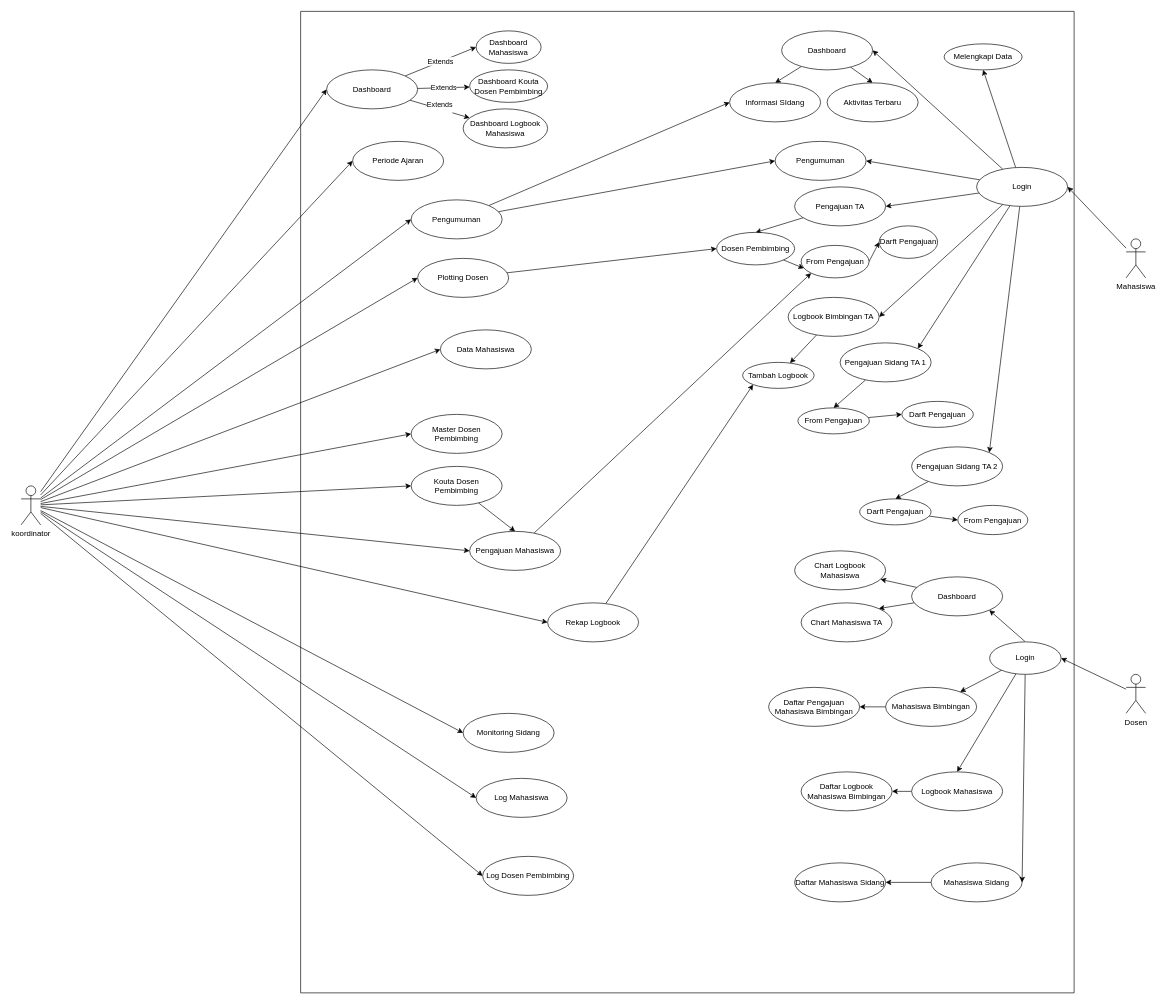
This is koor-bimbingan online.drawio from BagusCPaste/draw.io, a draw.io file, before an edit. Source tidied: cells renumbered, new cells numbered last; positions are measured from the earlier drawing's top-left corner, leaving out a move shared by most shapes. Both pictures are drawn from the tidied source at 65%, with x=0, y=0 at pixel (21, 11).
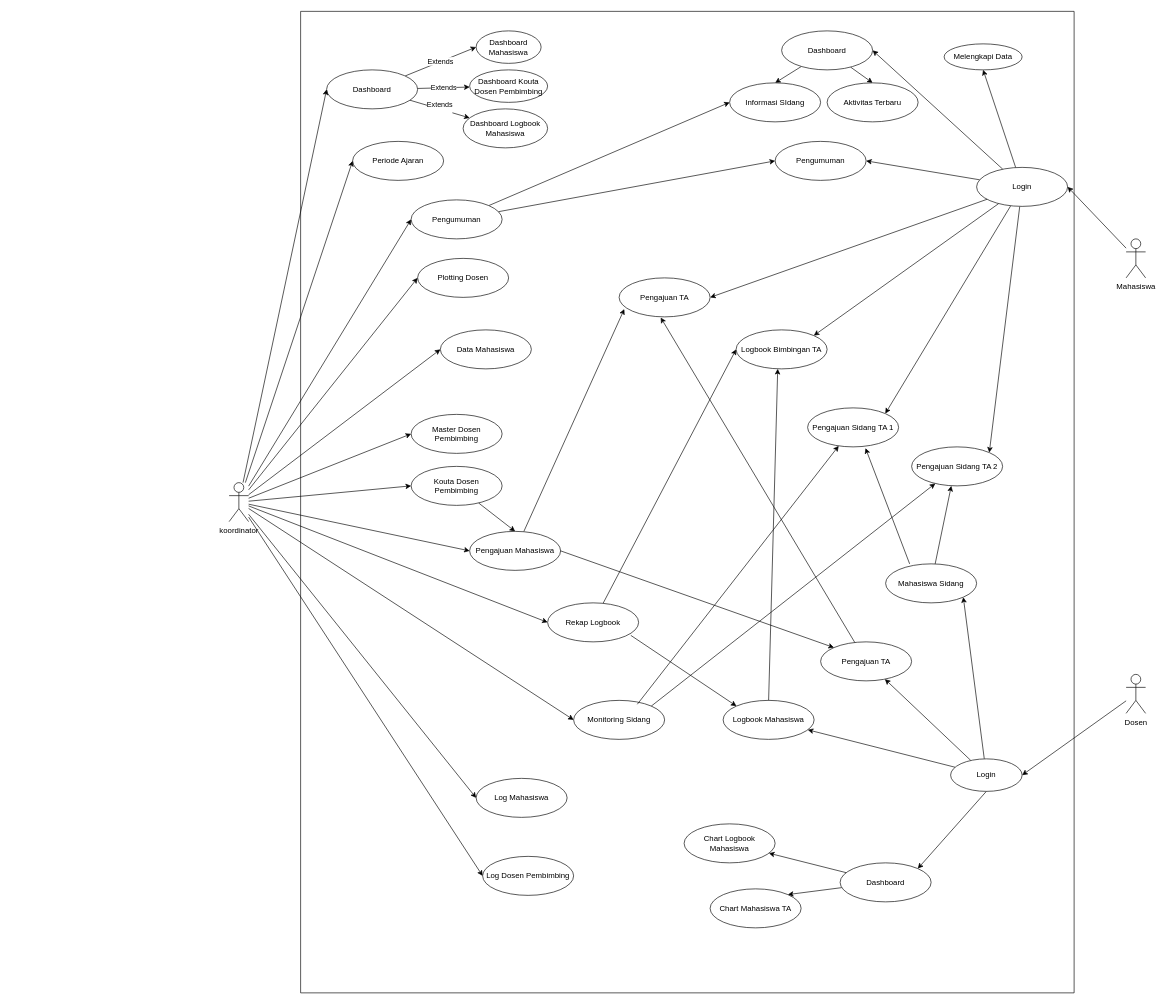
Above is the later version.

Unchanged cells that the change refers to:
```xml
<mxCell id="2" style="swimlane;startSize=0;" parent="1" vertex="1">
  <mxGeometry x="430" width="1190" height="1510" as="geometry" />
</mxCell>
<mxCell id="12" value="Plotting Dosen" style="ellipse;whiteSpace=wrap;html=1;" parent="2" vertex="1">
  <mxGeometry x="180" y="380" width="140" height="60" as="geometry" />
</mxCell>
<mxCell id="18" value="Pengajuan Mahasiswa" style="ellipse;whiteSpace=wrap;html=1;" parent="2" vertex="1">
  <mxGeometry x="260" y="800" width="140" height="60" as="geometry" />
</mxCell>
<mxCell id="20" value="Rekap Logbook" style="ellipse;whiteSpace=wrap;html=1;" parent="2" vertex="1">
  <mxGeometry x="380" y="910" width="140" height="60" as="geometry" />
</mxCell>
<mxCell id="34" value="Login" style="ellipse;whiteSpace=wrap;html=1;" parent="2" vertex="1">
  <mxGeometry x="1040" y="240" width="140" height="60" as="geometry" />
</mxCell>
<mxCell id="49" value="Pengajuan Sidang TA 2" style="ellipse;whiteSpace=wrap;html=1;" parent="2" vertex="1">
  <mxGeometry x="940" y="670" width="140" height="60" as="geometry" />
</mxCell>
```

Change to the diagram source:
```diff
@@
-    <mxCell id="11" style="edgeStyle=none;rounded=0;jettySize=auto;html=1;entryX=0;entryY=0.5;entryDx=0;entryDy=0;" parent="2" edge="1" source="12" target="57">
-      <mxGeometry relative="1" as="geometry" />
-    </mxCell>
@@
-    <mxCell id="17" style="edgeStyle=none;rounded=0;jettySize=auto;html=1;entryX=0;entryY=1;entryDx=0;entryDy=0;" parent="2" edge="1" source="18" target="59">
+    <mxCell id="17" style="edgeStyle=none;rounded=0;jettySize=auto;html=1;entryX=0.057;entryY=0.8;entryDx=0;entryDy=0;entryPerimeter=0;" parent="2" edge="1" source="18" target="42">
       <mxGeometry relative="1" as="geometry" />
     </mxCell>
@@
-    <mxCell id="19" style="edgeStyle=none;rounded=0;jettySize=auto;html=1;entryX=0;entryY=1;entryDx=0;entryDy=0;" parent="2" edge="1" source="20" target="50">
+    <mxCell id="19" style="edgeStyle=none;rounded=0;jettySize=auto;html=1;entryX=0;entryY=0.5;entryDx=0;entryDy=0;" parent="2" edge="1" source="20" target="45">
       <mxGeometry relative="1" as="geometry" />
     </mxCell>
@@
     <mxCell id="21" value="Monitoring Sidang" style="ellipse;whiteSpace=wrap;html=1;" parent="2" vertex="1">
-      <mxGeometry x="250" y="1080" width="140" height="60" as="geometry" />
+      <mxGeometry x="420" y="1060" width="140" height="60" as="geometry" />
     </mxCell>
@@
-    <mxCell id="31" style="edgeStyle=none;rounded=0;jettySize=auto;html=1;entryX=1;entryY=0.5;entryDx=0;entryDy=0;" parent="2" edge="1" source="34" target="45">
+    <mxCell id="31" style="edgeStyle=none;rounded=0;jettySize=auto;html=1;entryX=1;entryY=0;entryDx=0;entryDy=0;" parent="2" edge="1" source="34" target="45">
       <mxGeometry relative="1" as="geometry" />
     </mxCell>
@@
-    <mxCell id="41" style="edgeStyle=none;rounded=0;jettySize=auto;html=1;entryX=0.5;entryY=0;entryDx=0;entryDy=0;" parent="2" edge="1" source="42" target="57">
-      <mxGeometry relative="1" as="geometry" />
-    </mxCell>
     <mxCell id="42" value="Pengajuan TA" style="ellipse;whiteSpace=wrap;html=1;" parent="2" vertex="1">
-      <mxGeometry x="760" y="270" width="140" height="60" as="geometry" />
+      <mxGeometry x="490" y="410" width="140" height="60" as="geometry" />
     </mxCell>
@@
-    <mxCell id="44" style="edgeStyle=none;rounded=0;jettySize=auto;html=1;" parent="2" edge="1" source="45" target="50">
-      <mxGeometry relative="1" as="geometry" />
-    </mxCell>
     <mxCell id="45" value="Logbook Bimbingan TA" style="ellipse;whiteSpace=wrap;html=1;" parent="2" vertex="1">
-      <mxGeometry x="750" y="440" width="140" height="60" as="geometry" />
+      <mxGeometry x="670" y="490" width="140" height="60" as="geometry" />
     </mxCell>
-    <mxCell id="46" style="edgeStyle=none;rounded=0;jettySize=auto;html=1;entryX=0.5;entryY=0;entryDx=0;entryDy=0;" parent="2" edge="1" source="47" target="52">
-      <mxGeometry relative="1" as="geometry" />
-    </mxCell>
     <mxCell id="47" value="Pengajuan Sidang TA 1" style="ellipse;whiteSpace=wrap;html=1;" parent="2" vertex="1">
-      <mxGeometry x="830" y="510" width="140" height="60" as="geometry" />
+      <mxGeometry x="780" y="610" width="140" height="60" as="geometry" />
     </mxCell>
-    <mxCell id="48" style="edgeStyle=none;rounded=0;jettySize=auto;html=1;entryX=0.5;entryY=0;entryDx=0;entryDy=0;" parent="2" edge="1" source="49" target="55">
-      <mxGeometry relative="1" as="geometry" />
-    </mxCell>
@@
-    <mxCell id="50" value="Tambah Logbook" style="ellipse;whiteSpace=wrap;html=1;" parent="2" vertex="1">
-      <mxGeometry x="680" y="540" width="110" height="40" as="geometry" />
-    </mxCell>
-    <mxCell id="51" style="edgeStyle=none;rounded=0;jettySize=auto;html=1;entryX=0;entryY=0.5;entryDx=0;entryDy=0;" parent="2" edge="1" source="52" target="56">
-      <mxGeometry relative="1" as="geometry" />
-    </mxCell>
-    <mxCell id="52" value="From Pengajuan" style="ellipse;whiteSpace=wrap;html=1;" parent="2" vertex="1">
-      <mxGeometry x="765" y="610" width="110" height="40" as="geometry" />
-    </mxCell>
-    <mxCell id="53" value="From Pengajuan" style="ellipse;whiteSpace=wrap;html=1;" parent="2" vertex="1">
-      <mxGeometry x="1011" y="760" width="107.8" height="45" as="geometry" />
-    </mxCell>
-    <mxCell id="54" style="edgeStyle=none;rounded=0;jettySize=auto;html=1;entryX=0;entryY=0.5;entryDx=0;entryDy=0;" parent="2" edge="1" source="55" target="53">
-      <mxGeometry relative="1" as="geometry" />
-    </mxCell>
-    <mxCell id="55" value="Darft Pengajuan" style="ellipse;whiteSpace=wrap;html=1;" parent="2" vertex="1">
-      <mxGeometry x="860" y="750" width="110" height="40" as="geometry" />
-    </mxCell>
-    <mxCell id="56" value="Darft Pengajuan" style="ellipse;whiteSpace=wrap;html=1;" parent="2" vertex="1">
-      <mxGeometry x="925" y="600" width="110" height="40" as="geometry" />
-    </mxCell>
-    <mxCell id="57" value="Dosen Pembimbing" style="ellipse;whiteSpace=wrap;html=1;" parent="2" vertex="1">
-      <mxGeometry x="640" y="340" width="120" height="50" as="geometry" />
-    </mxCell>
-    <mxCell id="58" style="edgeStyle=none;rounded=0;jettySize=auto;html=1;exitX=1;exitY=0.5;exitDx=0;exitDy=0;entryX=0;entryY=0.5;entryDx=0;entryDy=0;" parent="2" edge="1" source="59" target="60">
-      <mxGeometry relative="1" as="geometry" />
-    </mxCell>
-    <mxCell id="59" value="From Pengajuan" style="ellipse;whiteSpace=wrap;html=1;" parent="2" vertex="1">
-      <mxGeometry x="770" y="360" width="104.5" height="50" as="geometry" />
-    </mxCell>
-    <mxCell id="60" value="Darft Pengajuan" style="ellipse;whiteSpace=wrap;html=1;" parent="2" vertex="1">
-      <mxGeometry x="890" y="330" width="90" height="50" as="geometry" />
-    </mxCell>
-    <mxCell id="61" style="edgeStyle=none;rounded=0;jettySize=auto;html=1;entryX=0.04;entryY=0.706;entryDx=0;entryDy=0;entryPerimeter=0;" parent="2" edge="1" source="57" target="59">
-      <mxGeometry relative="1" as="geometry" />
-    </mxCell>
-    <mxCell id="62" style="edgeStyle=none;rounded=0;jettySize=auto;html=1;entryX=1;entryY=0.5;entryDx=0;entryDy=0;" parent="2" edge="1" source="63" target="77">
-      <mxGeometry relative="1" as="geometry" />
-    </mxCell>
-    <mxCell id="63" value="Mahasiswa Bimbingan" style="ellipse;whiteSpace=wrap;html=1;" parent="2" vertex="1">
-      <mxGeometry x="900" y="1040" width="140" height="60" as="geometry" />
+    <mxCell id="63" value="Pengajuan TA" style="ellipse;whiteSpace=wrap;html=1;" parent="2" vertex="1">
+      <mxGeometry x="800" y="970" width="140" height="60" as="geometry" />
     </mxCell>
-    <mxCell id="64" value="Daftar Logbook Mahasiswa Bimbingan" style="ellipse;whiteSpace=wrap;html=1;" parent="2" vertex="1">
-      <mxGeometry x="770" y="1170" width="140" height="60" as="geometry" />
-    </mxCell>
-    <mxCell id="65" style="edgeStyle=none;rounded=0;jettySize=auto;html=1;entryX=1;entryY=0.5;entryDx=0;entryDy=0;" parent="2" edge="1" source="66" target="80">
-      <mxGeometry relative="1" as="geometry" />
-    </mxCell>
     <mxCell id="66" value="Mahasiswa Sidang" style="ellipse;whiteSpace=wrap;html=1;" parent="2" vertex="1">
-      <mxGeometry x="970" y="1310" width="140" height="60" as="geometry" />
+      <mxGeometry x="900" y="850" width="140" height="60" as="geometry" />
     </mxCell>
@@
     <mxCell id="69" value="Dashboard" style="ellipse;whiteSpace=wrap;html=1;" parent="2" vertex="1">
-      <mxGeometry x="940" y="870" width="140" height="60" as="geometry" />
+      <mxGeometry x="830" y="1310" width="140" height="60" as="geometry" />
     </mxCell>
-    <mxCell id="70" style="edgeStyle=none;rounded=0;jettySize=auto;html=1;exitX=0.5;exitY=0;exitDx=0;exitDy=0;entryX=1;entryY=1;entryDx=0;entryDy=0;" parent="2" edge="1" source="74" target="69">
+    <mxCell id="70" style="edgeStyle=none;rounded=0;jettySize=auto;html=1;exitX=0.5;exitY=1;exitDx=0;exitDy=0;entryX=1;entryY=0;entryDx=0;entryDy=0;" parent="2" edge="1" source="74" target="69">
       <mxGeometry relative="1" as="geometry" />
     </mxCell>
@@
-    <mxCell id="72" style="edgeStyle=none;rounded=0;jettySize=auto;html=1;entryX=0.5;entryY=0;entryDx=0;entryDy=0;" parent="2" edge="1" source="74" target="79">
+    <mxCell id="72" style="edgeStyle=none;rounded=0;jettySize=auto;html=1;" parent="2" edge="1" source="74" target="79">
       <mxGeometry relative="1" as="geometry" />
     </mxCell>
-    <mxCell id="73" style="edgeStyle=none;rounded=0;jettySize=auto;html=1;entryX=1;entryY=0.5;entryDx=0;entryDy=0;" parent="2" edge="1" source="74" target="66">
+    <mxCell id="73" style="edgeStyle=none;rounded=0;jettySize=auto;html=1;entryX=1;entryY=1;entryDx=0;entryDy=0;" parent="2" edge="1" source="74" target="66">
       <mxGeometry relative="1" as="geometry" />
     </mxCell>
     <mxCell id="74" value="Login" style="ellipse;whiteSpace=wrap;html=1;" parent="2" vertex="1">
-      <mxGeometry x="1060" y="970" width="110" height="50" as="geometry" />
+      <mxGeometry x="1000" y="1150" width="110" height="50" as="geometry" />
     </mxCell>
     <mxCell id="75" value="Chart Logbook Mahasiswa" style="ellipse;whiteSpace=wrap;html=1;" parent="2" vertex="1">
-      <mxGeometry x="760" y="830" width="140" height="60" as="geometry" />
+      <mxGeometry x="590" y="1250" width="140" height="60" as="geometry" />
     </mxCell>
     <mxCell id="76" value="Chart Mahasiswa TA" style="ellipse;whiteSpace=wrap;html=1;" parent="2" vertex="1">
-      <mxGeometry x="770" y="910" width="140" height="60" as="geometry" />
+      <mxGeometry x="630" y="1350" width="140" height="60" as="geometry" />
     </mxCell>
-    <mxCell id="77" value="Daftar Pengajuan Mahasiswa Bimbingan" style="ellipse;whiteSpace=wrap;html=1;" parent="2" vertex="1">
-      <mxGeometry x="720" y="1040" width="140" height="60" as="geometry" />
-    </mxCell>
-    <mxCell id="78" style="edgeStyle=none;rounded=0;jettySize=auto;html=1;entryX=1;entryY=0.5;entryDx=0;entryDy=0;" parent="2" edge="1" source="79" target="64">
-      <mxGeometry relative="1" as="geometry" />
-    </mxCell>
     <mxCell id="79" value="Logbook Mahasiswa" style="ellipse;whiteSpace=wrap;html=1;" parent="2" vertex="1">
-      <mxGeometry x="940" y="1170" width="140" height="60" as="geometry" />
+      <mxGeometry x="650" y="1060" width="140" height="60" as="geometry" />
     </mxCell>
-    <mxCell id="80" value="Daftar Mahasiswa Sidang" style="ellipse;whiteSpace=wrap;html=1;" parent="2" vertex="1">
-      <mxGeometry x="760" y="1310" width="140" height="60" as="geometry" />
-    </mxCell>
+    <mxCell id="98" style="edgeStyle=none;rounded=0;jettySize=auto;html=1;entryX=0.436;entryY=1;entryDx=0;entryDy=0;entryPerimeter=0;" parent="2" edge="1" source="66" target="49">
+      <mxGeometry relative="1" as="geometry" />
+    </mxCell>
+    <mxCell id="99" style="edgeStyle=none;rounded=0;jettySize=auto;html=1;entryX=0.636;entryY=1.033;entryDx=0;entryDy=0;entryPerimeter=0;exitX=0.264;exitY=0;exitDx=0;exitDy=0;exitPerimeter=0;" parent="2" edge="1" source="66" target="47">
+      <mxGeometry relative="1" as="geometry" />
+    </mxCell>
+    <mxCell id="100" style="edgeStyle=none;rounded=0;jettySize=auto;html=1;entryX=0;entryY=0;entryDx=0;entryDy=0;exitX=1;exitY=0.5;exitDx=0;exitDy=0;" parent="2" edge="1" source="18" target="63">
+      <mxGeometry relative="1" as="geometry" />
+    </mxCell>
+    <mxCell id="101" style="edgeStyle=none;rounded=0;jettySize=auto;html=1;entryX=0;entryY=0;entryDx=0;entryDy=0;exitX=0.914;exitY=0.833;exitDx=0;exitDy=0;exitPerimeter=0;" parent="2" edge="1" source="20" target="79">
+      <mxGeometry relative="1" as="geometry" />
+    </mxCell>
+    <mxCell id="102" style="edgeStyle=none;rounded=0;jettySize=auto;html=1;exitX=1;exitY=0;exitDx=0;exitDy=0;" parent="2" edge="1" source="21" target="49">
+      <mxGeometry relative="1" as="geometry" />
+    </mxCell>
+    <mxCell id="103" style="edgeStyle=none;rounded=0;jettySize=auto;html=1;exitX=0.7;exitY=0.1;exitDx=0;exitDy=0;exitPerimeter=0;" parent="2" edge="1" source="21" target="47">
+      <mxGeometry relative="1" as="geometry" />
+    </mxCell>
+    <mxCell id="104" style="edgeStyle=none;rounded=0;jettySize=auto;html=1;exitX=0.5;exitY=0;exitDx=0;exitDy=0;entryX=0.457;entryY=1;entryDx=0;entryDy=0;entryPerimeter=0;" parent="2" edge="1" source="79" target="45">
+      <mxGeometry relative="1" as="geometry" />
+    </mxCell>
+    <mxCell id="105" style="edgeStyle=none;rounded=0;jettySize=auto;html=1;entryX=0.457;entryY=1.017;entryDx=0;entryDy=0;entryPerimeter=0;" parent="2" edge="1" source="63" target="42">
+      <mxGeometry relative="1" as="geometry" />
+    </mxCell>
@@
     <mxCell id="93" value="koordinator" style="shape=umlActor;verticalLabelPosition=bottom;verticalAlign=top;html=1;outlineConnect=0;" parent="1" vertex="1">
-      <mxGeometry y="730" width="30" height="60" as="geometry" />
+      <mxGeometry x="320" y="725" width="30" height="60" as="geometry" />
     </mxCell>
```
